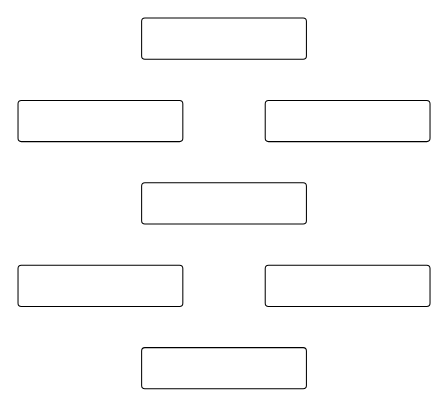
Before: CBIR003.drawio in vinayak-k24/DrawIO, a draw.io diagram. Source tidied: cells renumbered, new cells numbered last; positions are measured from the earlier drawing's top-left corner, leaving out a move shared by most shapes. Both pictures are drawn from the tidied source at 103%, with x=0, y=0 at pixel (18, 18).
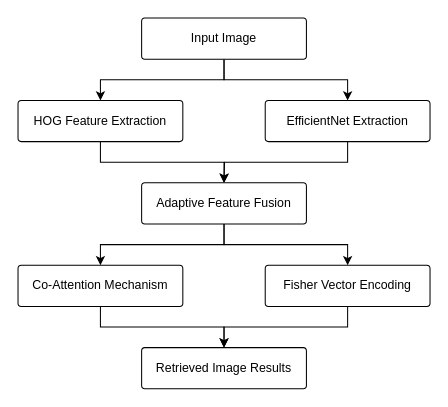
The same page after the edit.

The edit, as a diff of the source:
```diff
@@
 <mxGraphModel>
   <root>
     <mxCell id="0" />
     <mxCell id="1" parent="0" />
+    <mxCell id="9" style="edgeStyle=orthogonalEdgeStyle;rounded=0;jettySize=auto;html=1;exitX=0.5;exitY=1;exitDx=0;exitDy=0;entryX=0.5;entryY=0;entryDx=0;entryDy=0;" parent="1" edge="1" source="2" target="3">
+      <mxGeometry relative="1" as="geometry" />
+    </mxCell>
+    <mxCell id="10" style="edgeStyle=orthogonalEdgeStyle;rounded=0;jettySize=auto;html=1;exitX=0.5;exitY=1;exitDx=0;exitDy=0;entryX=0.5;entryY=0;entryDx=0;entryDy=0;" parent="1" edge="1" source="2" target="6">
+      <mxGeometry relative="1" as="geometry" />
+    </mxCell>
-    <mxCell id="2" style="rounded=1;whiteSpace=wrap;html=1;imageHeight=24;arcSize=8;" parent="1" vertex="1">
+    <mxCell id="2" value="Input Image" style="rounded=1;whiteSpace=wrap;html=1;imageHeight=24;arcSize=8;" parent="1" vertex="1">
       <mxGeometry x="120" width="160" height="40" as="geometry" />
     </mxCell>
+    <mxCell id="11" style="edgeStyle=orthogonalEdgeStyle;rounded=0;jettySize=auto;html=1;exitX=0.5;exitY=1;exitDx=0;exitDy=0;" parent="1" edge="1" source="3" target="4">
+      <mxGeometry relative="1" as="geometry" />
+    </mxCell>
-    <mxCell id="3" style="rounded=1;whiteSpace=wrap;html=1;imageHeight=24;arcSize=8;" parent="1" vertex="1">
+    <mxCell id="3" value="HOG Feature Extraction" style="rounded=1;whiteSpace=wrap;html=1;imageHeight=24;arcSize=8;" parent="1" vertex="1">
       <mxGeometry y="80" width="160" height="40" as="geometry" />
     </mxCell>
+    <mxCell id="12" style="edgeStyle=orthogonalEdgeStyle;rounded=0;jettySize=auto;html=1;exitX=0.5;exitY=1;exitDx=0;exitDy=0;entryX=0.5;entryY=0;entryDx=0;entryDy=0;" parent="1" edge="1" source="4" target="5">
+      <mxGeometry relative="1" as="geometry" />
+    </mxCell>
+    <mxCell id="13" style="edgeStyle=orthogonalEdgeStyle;rounded=0;jettySize=auto;html=1;exitX=0.5;exitY=1;exitDx=0;exitDy=0;entryX=0.5;entryY=0;entryDx=0;entryDy=0;" parent="1" edge="1" source="4" target="7">
+      <mxGeometry relative="1" as="geometry" />
+    </mxCell>
-    <mxCell id="4" style="rounded=1;whiteSpace=wrap;html=1;imageHeight=24;arcSize=8;" parent="1" vertex="1">
+    <mxCell id="4" value="Adaptive Feature Fusion" style="rounded=1;whiteSpace=wrap;html=1;imageHeight=24;arcSize=8;" parent="1" vertex="1">
       <mxGeometry x="120" y="160" width="160" height="40" as="geometry" />
     </mxCell>
+    <mxCell id="14" style="edgeStyle=orthogonalEdgeStyle;rounded=0;jettySize=auto;html=1;exitX=0.5;exitY=1;exitDx=0;exitDy=0;entryX=0.5;entryY=0;entryDx=0;entryDy=0;" parent="1" edge="1" source="5" target="8">
+      <mxGeometry relative="1" as="geometry" />
+    </mxCell>
-    <mxCell id="5" style="rounded=1;whiteSpace=wrap;html=1;imageHeight=24;arcSize=8;" parent="1" vertex="1">
+    <mxCell id="5" value="Co-Attention Mechanism" style="rounded=1;whiteSpace=wrap;html=1;imageHeight=24;arcSize=8;" parent="1" vertex="1">
       <mxGeometry y="240" width="160" height="40" as="geometry" />
     </mxCell>
+    <mxCell id="15" style="edgeStyle=orthogonalEdgeStyle;rounded=0;jettySize=auto;html=1;exitX=0.5;exitY=1;exitDx=0;exitDy=0;" parent="1" edge="1" source="6">
+      <mxGeometry relative="1" as="geometry">
+        <mxPoint x="200" y="160" as="targetPoint" />
+      </mxGeometry>
+    </mxCell>
-    <mxCell id="6" style="rounded=1;whiteSpace=wrap;html=1;imageHeight=24;arcSize=8;" parent="1" vertex="1">
+    <mxCell id="6" value="EfficientNet Extraction" style="rounded=1;whiteSpace=wrap;html=1;imageHeight=24;arcSize=8;" parent="1" vertex="1">
       <mxGeometry x="240" y="80" width="160" height="40" as="geometry" />
     </mxCell>
+    <mxCell id="16" style="edgeStyle=orthogonalEdgeStyle;rounded=0;jettySize=auto;html=1;exitX=0.5;exitY=1;exitDx=0;exitDy=0;entryX=0.5;entryY=0;entryDx=0;entryDy=0;" parent="1" edge="1" source="7" target="8">
+      <mxGeometry relative="1" as="geometry" />
+    </mxCell>
-    <mxCell id="7" style="rounded=1;whiteSpace=wrap;html=1;imageHeight=24;arcSize=8;" parent="1" vertex="1">
+    <mxCell id="7" value="Fisher Vector Encoding" style="rounded=1;whiteSpace=wrap;html=1;imageHeight=24;arcSize=8;" parent="1" vertex="1">
       <mxGeometry x="240" y="240" width="160" height="40" as="geometry" />
     </mxCell>
-    <mxCell id="8" style="rounded=1;whiteSpace=wrap;html=1;imageHeight=24;arcSize=8;" parent="1" vertex="1">
+    <mxCell id="8" value="Retrieved Image Results" style="rounded=1;whiteSpace=wrap;html=1;imageHeight=24;arcSize=8;" parent="1" vertex="1">
       <mxGeometry x="120" y="320" width="160" height="40" as="geometry" />
     </mxCell>
   </root>
 </mxGraphModel>
```
